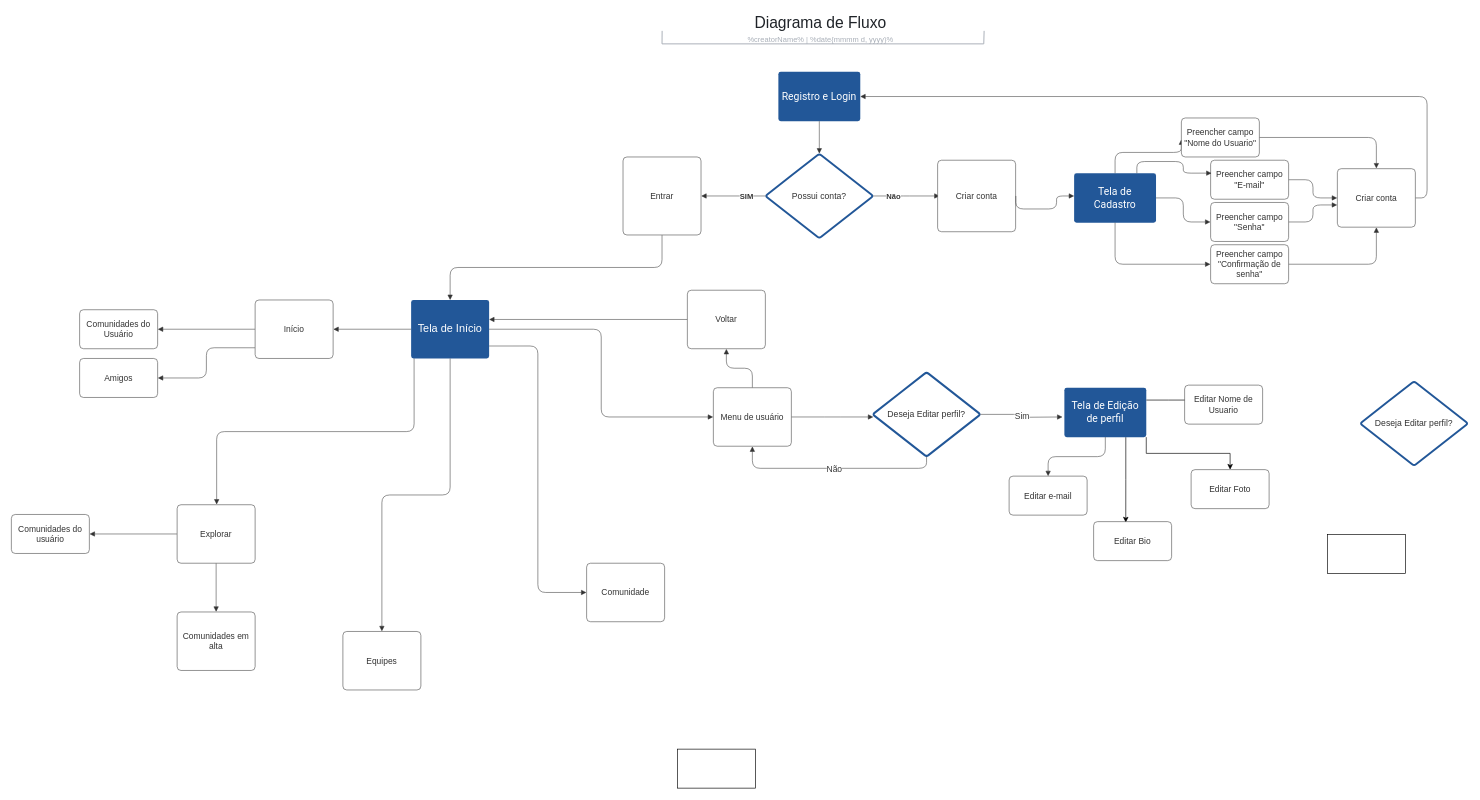
Above: docs/Diagrama sem nome.drawio in ICEI-PUC-Minas-PMV-ADS/pmv-ads-2023-2-e2-proj-int-t2-gaming-groove (draw.io), before the change. Source tidied: cells renumbered, new cells numbered last; positions are measured from the earlier drawing's top-left corner, leaving out a move shared by most shapes. Both pictures are drawn from the tidied source at 65%, with x=0, y=0 at pixel (11, 11).
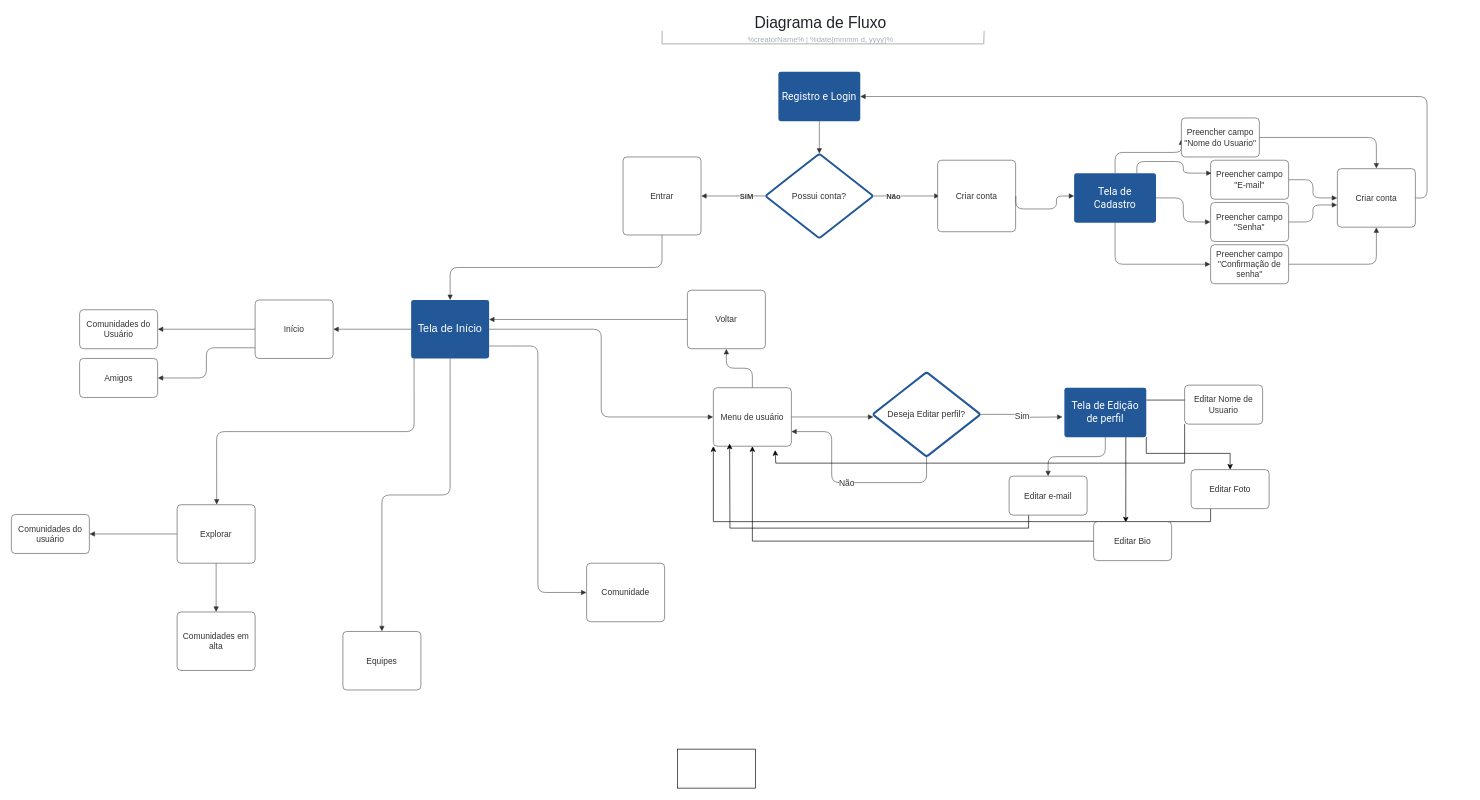
The same diagram, later.

Unchanged cells that the change refers to:
```xml
<mxCell id="3" value="Editar Foto" style="html=1;overflow=block;blockSpacing=1;whiteSpace=wrap;fontSize=13;fontColor=#333333;align=center;spacing=3.8;strokeColor=#333333;strokeOpacity=100;fillOpacity=100;rounded=1;absoluteArcSize=1;arcSize=12;fillColor=#ffffff;strokeWidth=0.8;lucidId=lhVsCsnP8iEd;" parent="1" vertex="1">
  <mxGeometry x="1815" y="705" width="120" height="60" as="geometry" />
</mxCell>
<mxCell id="47" value="Menu de usuário" style="html=1;overflow=block;blockSpacing=1;whiteSpace=wrap;fontSize=13;fontColor=#333333;align=center;spacing=9;strokeColor=#333333;strokeOpacity=100;fillOpacity=100;rounded=1;absoluteArcSize=1;arcSize=12;fillColor=#ffffff;strokeWidth=0.8;lucidId=lhVsZ8sPONDj;" parent="7" vertex="1">
  <mxGeometry x="1080" y="579" width="120" height="90" as="geometry" />
</mxCell>
<mxCell id="50" value="Deseja Editar perfil?" style="html=1;overflow=block;blockSpacing=1;whiteSpace=wrap;rhombus;fontSize=13.3;fontFamily=Helvetica;fontColor=#333333;spacing=3.3;strokeColor=#225798;strokeOpacity=100;rounded=1;absoluteArcSize=1;arcSize=7.5;strokeWidth=3;lucidId=lhVsae5pFT-N;" parent="7" vertex="1">
  <mxGeometry x="1325" y="555" width="166" height="130" as="geometry" />
</mxCell>
<mxCell id="66" value="Editar Nome de Usuario" style="html=1;overflow=block;blockSpacing=1;whiteSpace=wrap;fontSize=13;fontColor=#333333;align=center;spacing=3.8;strokeColor=#333333;strokeOpacity=100;fillOpacity=100;rounded=1;absoluteArcSize=1;arcSize=12;fillColor=#ffffff;strokeWidth=0.8;lucidId=lhVsW8nXoe7O;" parent="7" vertex="1">
  <mxGeometry x="1805" y="575" width="120" height="60" as="geometry" />
</mxCell>
<mxCell id="67" value="Editar e-mail" style="html=1;overflow=block;blockSpacing=1;whiteSpace=wrap;fontSize=13;fontColor=#333333;align=center;spacing=3.8;strokeColor=#333333;strokeOpacity=100;fillOpacity=100;rounded=1;absoluteArcSize=1;arcSize=12;fillColor=#ffffff;strokeWidth=0.8;lucidId=lhVsvm_LANV6;" parent="7" vertex="1">
  <mxGeometry x="1535" y="715" width="120" height="60" as="geometry" />
</mxCell>
<mxCell id="70" value="Editar Bio" style="html=1;overflow=block;blockSpacing=1;whiteSpace=wrap;fontSize=13;fontColor=#333333;align=center;spacing=3.8;strokeColor=#333333;strokeOpacity=100;fillOpacity=100;rounded=1;absoluteArcSize=1;arcSize=12;fillColor=#ffffff;strokeWidth=0.8;lucidId=lhVsCsnP8iEd;" parent="7" vertex="1">
  <mxGeometry x="1665" y="785" width="120" height="60" as="geometry" />
</mxCell>
```

Diff of the diagram source:
```diff
@@
+    <mxCell id="75" style="edgeStyle=orthogonalEdgeStyle;rounded=0;jettySize=auto;html=1;exitX=0.25;exitY=1;exitDx=0;exitDy=0;entryX=0;entryY=1;entryDx=0;entryDy=0;" parent="1" edge="1" source="3" target="47">
+      <mxGeometry relative="1" as="geometry" />
+    </mxCell>
@@
-    <mxCell id="5" style="rounded=0;whiteSpace=wrap;html=1;" parent="1" vertex="1">
-      <mxGeometry x="2025" y="805" width="120" height="60" as="geometry" />
-    </mxCell>
-    <mxCell id="6" value="Deseja Editar perfil?" style="html=1;overflow=block;blockSpacing=1;whiteSpace=wrap;rhombus;fontSize=13.3;fontFamily=Helvetica;fontColor=#333333;spacing=3.3;strokeColor=#225798;strokeOpacity=100;rounded=1;absoluteArcSize=1;arcSize=7.5;strokeWidth=3;lucidId=lhVsae5pFT-N;" parent="1" vertex="1">
-      <mxGeometry x="2075" y="569" width="166" height="130" as="geometry" />
-    </mxCell>
@@
-    <mxCell id="56" style="html=1;jettySize=18;whiteSpace=wrap;fontSize=13;fontColor=#333333;align=center;strokeColor=#333333;strokeOpacity=100;strokeWidth=0.8;rounded=1;arcSize=24;edgeStyle=orthogonalEdgeStyle;startArrow=none;endArrow=block;endFill=1;exitX=0.5;exitY=1.002;exitPerimeter=0;entryX=0.5;entryY=1.004;entryPerimeter=0;lucidId=lhVsp6Rki~RF;" parent="7" edge="1" source="50" target="47">
-      <mxGeometry relative="1" as="geometry" />
+    <mxCell id="56" style="html=1;jettySize=18;whiteSpace=wrap;fontSize=13;fontColor=#333333;align=center;strokeColor=#333333;strokeOpacity=100;strokeWidth=0.8;rounded=1;arcSize=24;edgeStyle=orthogonalEdgeStyle;startArrow=none;endArrow=block;endFill=1;exitX=0.5;exitY=1.002;exitPerimeter=0;entryX=1;entryY=0.75;lucidId=lhVsp6Rki~RF;entryDx=0;entryDy=0;" parent="7" edge="1" source="50" target="47">
+      <mxGeometry relative="1" as="geometry">
+        <Array as="points">
+          <mxPoint x="1408" y="725" />
+          <mxPoint x="1262" y="725" />
+          <mxPoint x="1262" y="647" />
+        </Array>
+      </mxGeometry>
     </mxCell>
@@
+    <mxCell id="76" style="edgeStyle=orthogonalEdgeStyle;rounded=0;jettySize=auto;html=1;exitX=0;exitY=1;exitDx=0;exitDy=0;" parent="7" edge="1" source="66">
+      <mxGeometry relative="1" as="geometry">
+        <mxPoint x="1175" y="675" as="targetPoint" />
+        <Array as="points">
+          <mxPoint x="1805" y="695" />
+          <mxPoint x="1176" y="695" />
+          <mxPoint x="1176" y="675" />
+        </Array>
+      </mxGeometry>
+    </mxCell>
@@
+    <mxCell id="77" style="edgeStyle=orthogonalEdgeStyle;rounded=0;jettySize=auto;html=1;exitX=0.25;exitY=1;exitDx=0;exitDy=0;" parent="7" edge="1" source="67">
+      <mxGeometry relative="1" as="geometry">
+        <mxPoint x="1105" y="665" as="targetPoint" />
+      </mxGeometry>
+    </mxCell>
@@
+    <mxCell id="78" style="edgeStyle=orthogonalEdgeStyle;rounded=0;jettySize=auto;html=1;exitX=0;exitY=0.5;exitDx=0;exitDy=0;" parent="7" edge="1" source="70" target="47">
+      <mxGeometry relative="1" as="geometry" />
+    </mxCell>
```
